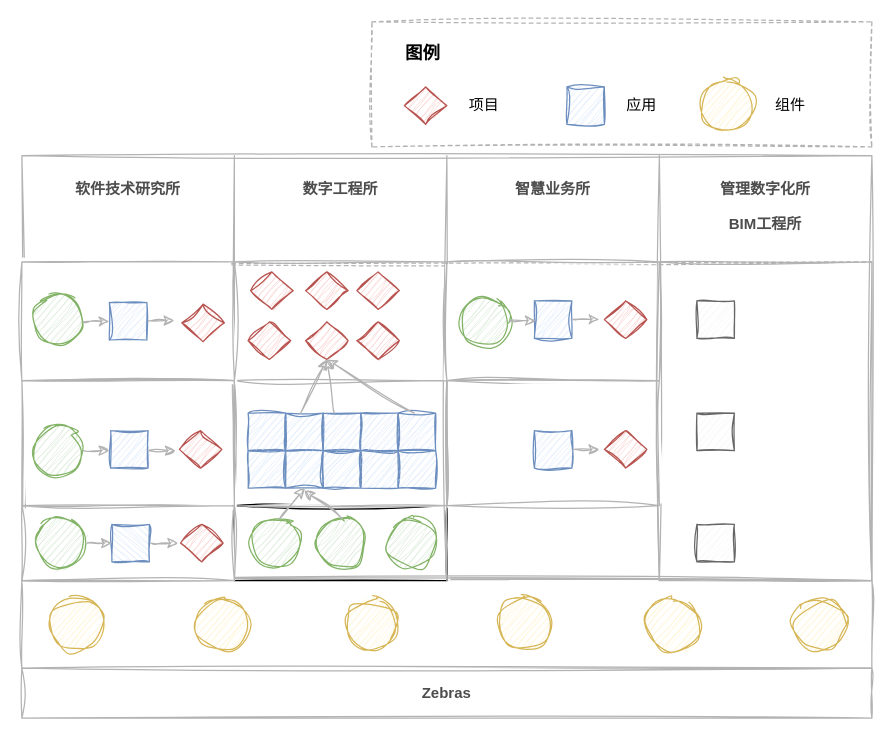
The draw.io diagram 低代码—项目背景.drawio in tangyaosimida/love, before the edit. Source tidied: cells renumbered, new cells numbered last; positions are measured from the earlier drawing's top-left corner, leaving out a move shared by most shapes. Both pictures are drawn from the tidied source at 125%, with x=0, y=0 at pixel (21, 21).
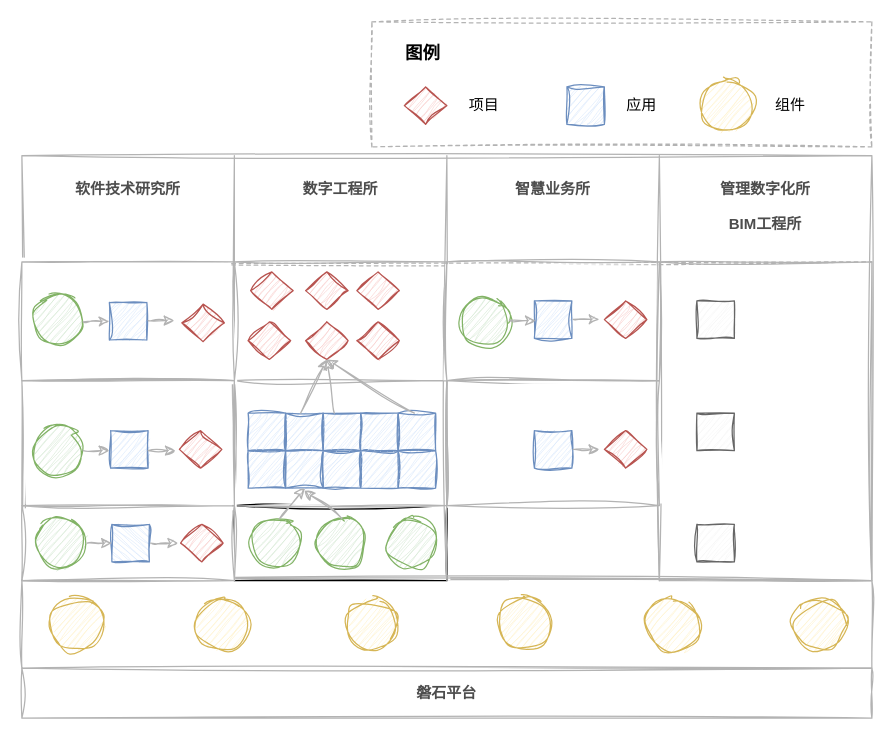
Above is the later version.

Commit message (it also covers changes not shown here):
更新低代码—项目背景.drawio

The edit, as a diff of the source:
```diff
@@
-    <mxCell id="16" value="&lt;b&gt;&lt;font color=&quot;#4d4d4d&quot;&gt;Zebras&lt;/font&gt;&lt;/b&gt;" style="rounded=0;whiteSpace=wrap;html=1;strokeColor=#B3B3B3;sketch=1;curveFitting=1;jiggle=2;" parent="1" vertex="1">
+    <mxCell id="16" value="&lt;font color=&quot;#4d4d4d&quot;&gt;&lt;b&gt;磐石平台&lt;/b&gt;&lt;/font&gt;" style="rounded=0;whiteSpace=wrap;html=1;strokeColor=#B3B3B3;sketch=1;curveFitting=1;jiggle=2;" parent="1" vertex="1">
       <mxGeometry y="517" width="680" height="40" as="geometry" />
     </mxCell>
```
